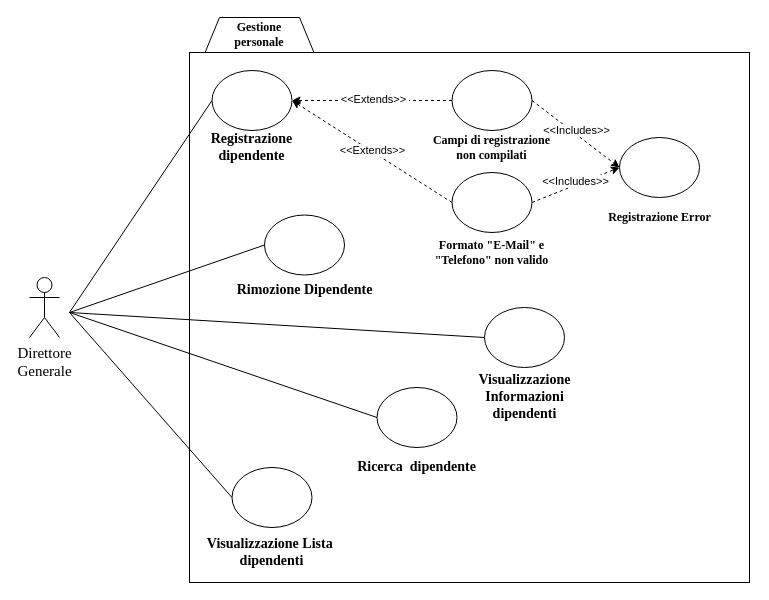
This is Bozze/Diagrammi Casi D'Uso/GestionePersonaleALPHA.drawio from Carmineh/IT-Manager, a draw.io file, before an edit. Source tidied: cells renumbered, new cells numbered last; positions are measured from the earlier drawing's top-left corner, leaving out a move shared by most shapes. Both pictures are drawn from the tidied source at 100%, with x=0, y=0 at pixel (29, 17).
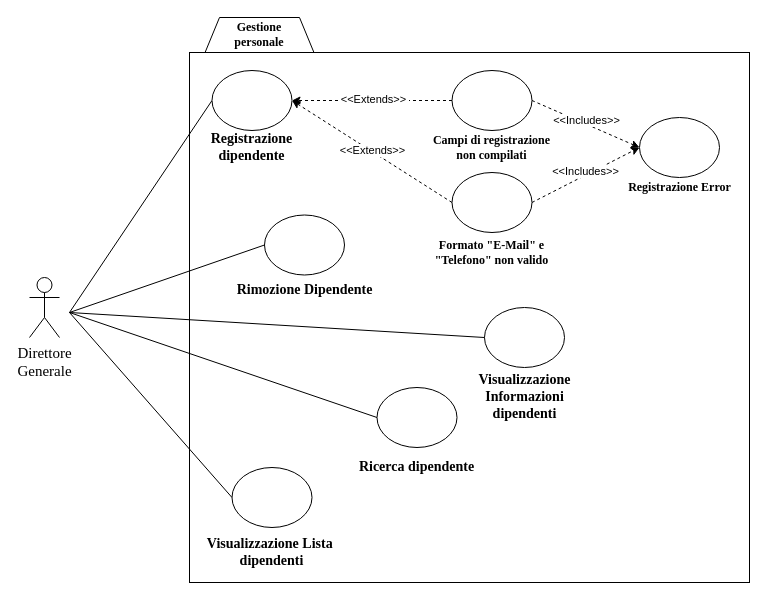
The same page after the edit.

The change refers to these unchanged cells:
```xml
<mxCell id="27" value="&lt;div&gt;&lt;br&gt;&lt;/div&gt;&lt;div&gt;&lt;br&gt;&lt;/div&gt;&lt;div&gt;&lt;br&gt;&lt;/div&gt;&lt;div&gt;&lt;br&gt;&lt;/div&gt;&lt;div&gt;&lt;br&gt;&lt;/div&gt;&lt;div&gt;&lt;br&gt;&lt;/div&gt;" style="ellipse;whiteSpace=wrap;html=1;" parent="1" vertex="1">
  <mxGeometry x="422.5" y="155" width="80" height="60" as="geometry" />
</mxCell>
```

The edit, as a diff of the source:
```diff
@@
-    <mxCell id="4" value="&lt;div&gt;&lt;font face=&quot;Times New Roman&quot;&gt;&lt;span style=&quot;font-size: 14px&quot;&gt;&lt;b&gt;Ricerca &amp;nbsp;dipendente&lt;/b&gt;&lt;/span&gt;&lt;/font&gt;&lt;/div&gt;" style="text;html=1;strokeColor=none;fillColor=none;align=center;verticalAlign=middle;whiteSpace=wrap;rounded=0;" parent="1" vertex="1">
+    <mxCell id="4" value="&lt;div&gt;&lt;font face=&quot;Times New Roman&quot;&gt;&lt;span style=&quot;font-size: 14px&quot;&gt;&lt;b&gt;Ricerca dipendente&lt;/b&gt;&lt;/span&gt;&lt;/font&gt;&lt;/div&gt;" style="text;html=1;strokeColor=none;fillColor=none;align=center;verticalAlign=middle;whiteSpace=wrap;rounded=0;" parent="1" vertex="1">
       <mxGeometry x="315" y="440" width="145" height="20" as="geometry" />
     </mxCell>
@@
     <mxCell id="29" value="&lt;div&gt;&lt;br&gt;&lt;/div&gt;&lt;div&gt;&lt;br&gt;&lt;/div&gt;&lt;div&gt;&lt;br&gt;&lt;/div&gt;&lt;div&gt;&lt;br&gt;&lt;/div&gt;&lt;div&gt;&lt;br&gt;&lt;/div&gt;&lt;div&gt;&lt;br&gt;&lt;/div&gt;" style="ellipse;whiteSpace=wrap;html=1;" parent="1" vertex="1">
-      <mxGeometry x="590" y="120" width="80" height="60" as="geometry" />
+      <mxGeometry x="610" y="100" width="80" height="60" as="geometry" />
     </mxCell>
     <mxCell id="30" value="&lt;font face=&quot;Times New Roman&quot;&gt;&lt;b&gt;Registrazione Error&lt;/b&gt;&lt;/font&gt;" style="text;html=1;strokeColor=none;fillColor=none;align=center;verticalAlign=middle;whiteSpace=wrap;rounded=0;" parent="1" vertex="1">
-      <mxGeometry x="557.5" y="190" width="145" height="20" as="geometry" />
+      <mxGeometry x="577.5" y="160" width="145" height="20" as="geometry" />
     </mxCell>
@@
-    <mxCell id="33" style="endArrow=classic;html=1;dashed=1;entryX=0;entryY=0.5;entryDx=0;entryDy=0;exitX=1;exitY=0.5;exitDx=0;exitDy=0;" parent="1" edge="1" source="27">
-      <mxGeometry relative="1" as="geometry">
-        <mxPoint x="590" y="150" as="targetPoint" />
-      </mxGeometry>
+    <mxCell id="33" style="endArrow=classic;html=1;dashed=1;entryX=0;entryY=0.5;entryDx=0;entryDy=0;exitX=1;exitY=0.5;exitDx=0;exitDy=0;" parent="1" edge="1" source="27" target="29">
+      <mxGeometry relative="1" as="geometry" />
     </mxCell>
```
